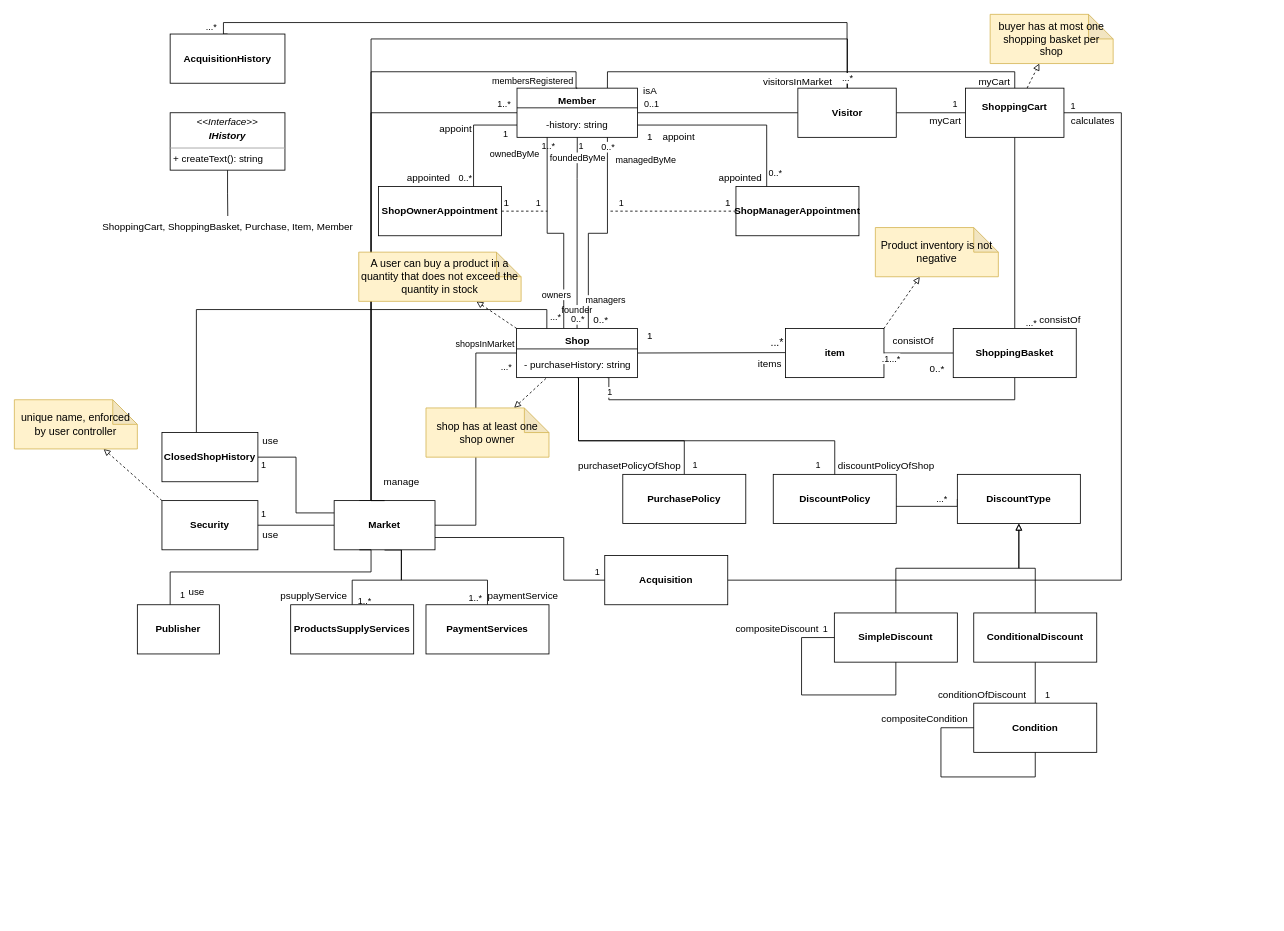
AyalaBadash/market_2022 keeps this draw.io diagram as Documents/whiteDiagram_v2.drawio. Above is the earlier version. Source tidied: cells renumbered, new cells numbered last; positions are measured from the earlier drawing's top-left corner, leaving out a move shared by most shapes. Both pictures are drawn from the tidied source at 82%, with x=0, y=0 at pixel (14, 14).
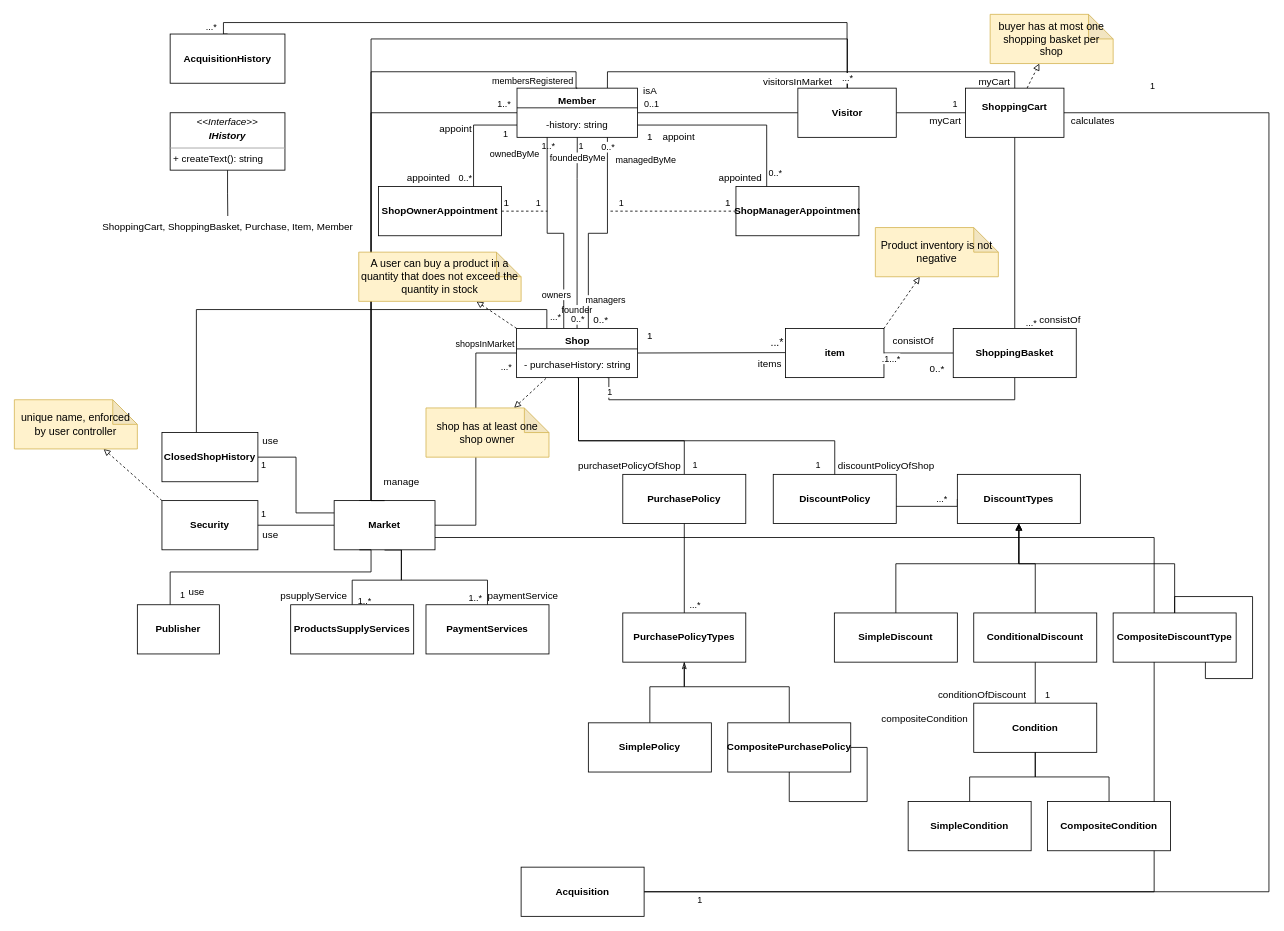
After the change.

The change refers to these unchanged cells:
```xml
<mxCell id="10" value="ShoppingCart&lt;div style=&quot;padding: 0px ; margin: 0px&quot;&gt;&lt;br style=&quot;padding: 0px; margin: 0px;&quot;&gt;&lt;/div&gt;" style="rounded=0;whiteSpace=wrap;html=1;fontStyle=1;" parent="1" vertex="1">
  <mxGeometry x="1160" y="90" width="120" height="60" as="geometry" />
</mxCell>
<mxCell id="34" value="&lt;span style=&quot;font-weight: 700&quot;&gt;Market&lt;/span&gt;" style="rounded=0;whiteSpace=wrap;html=1;" parent="1" vertex="1">
  <mxGeometry x="390" y="593" width="123" height="60" as="geometry" />
</mxCell>
<mxCell id="58" value="&lt;span style=&quot;font-weight: 700&quot;&gt;PurchasePolicy&lt;/span&gt;" style="rounded=0;whiteSpace=wrap;html=1;" parent="1" vertex="1">
  <mxGeometry x="742" y="561" width="150" height="60" as="geometry" />
</mxCell>
<mxCell id="101" value="&lt;span style=&quot;font-weight: 700&quot;&gt;ConditionalDiscount&lt;br&gt;&lt;/span&gt;" style="rounded=0;whiteSpace=wrap;html=1;" parent="1" vertex="1">
  <mxGeometry x="1170" y="730" width="150" height="60" as="geometry" />
</mxCell>
<mxCell id="102" value="&lt;span style=&quot;font-weight: 700&quot;&gt;SimpleDiscount&lt;br&gt;&lt;/span&gt;" style="rounded=0;whiteSpace=wrap;html=1;" parent="1" vertex="1">
  <mxGeometry x="1000" y="730" width="150" height="60" as="geometry" />
</mxCell>
<mxCell id="103" value="&lt;span style=&quot;font-weight: 700&quot;&gt;Condition&lt;br&gt;&lt;/span&gt;" style="rounded=0;whiteSpace=wrap;html=1;" parent="1" vertex="1">
  <mxGeometry x="1170" y="840" width="150" height="60" as="geometry" />
</mxCell>
```

Change to the diagram source:
```diff
@@
     <mxCell id="25" style="edgeStyle=orthogonalEdgeStyle;rounded=0;jettySize=auto;html=1;entryX=0.5;entryY=0;entryDx=0;entryDy=0;endArrow=none;endFill=0;startArrow=block;startFill=0;" parent="1" edge="1" source="27" target="101">
-      <mxGeometry relative="1" as="geometry" />
+      <mxGeometry relative="1" as="geometry">
+        <Array as="points">
+          <mxPoint x="1225" y="670" />
+          <mxPoint x="1245" y="670" />
+        </Array>
+      </mxGeometry>
     </mxCell>
     <mxCell id="26" style="edgeStyle=orthogonalEdgeStyle;rounded=0;jettySize=auto;html=1;endArrow=none;endFill=0;startArrow=block;startFill=0;" parent="1" edge="1" source="27" target="102">
-      <mxGeometry relative="1" as="geometry" />
+      <mxGeometry relative="1" as="geometry">
+        <Array as="points">
+          <mxPoint x="1225" y="670" />
+          <mxPoint x="1075" y="670" />
+        </Array>
+      </mxGeometry>
     </mxCell>
-    <mxCell id="27" value="&lt;span style=&quot;font-weight: 700&quot;&gt;DiscountType&lt;br&gt;&lt;/span&gt;" style="rounded=0;whiteSpace=wrap;html=1;" parent="1" vertex="1">
+    <mxCell id="27" value="&lt;span style=&quot;font-weight: 700&quot;&gt;DiscountTypes&lt;br&gt;&lt;/span&gt;" style="rounded=0;whiteSpace=wrap;html=1;" parent="1" vertex="1">
       <mxGeometry x="1150" y="561" width="150" height="60" as="geometry" />
     </mxCell>
@@
     <mxCell id="83" value="1" style="edgeStyle=orthogonalEdgeStyle;rounded=0;jettySize=auto;html=1;entryX=1;entryY=0.75;entryDx=0;entryDy=0;endArrow=none;endFill=0;" parent="1" edge="1" source="86" target="34">
       <mxGeometry x="-0.93" y="-10" relative="1" as="geometry">
         <Array as="points">
-          <mxPoint x="670" y="638" />
+          <mxPoint x="1390" y="1070" />
+          <mxPoint x="1390" y="638" />
         </Array>
       </mxGeometry>
     </mxCell>
     <mxCell id="84" style="edgeStyle=orthogonalEdgeStyle;rounded=0;jettySize=auto;html=1;entryX=1;entryY=0.5;entryDx=0;entryDy=0;endArrow=none;endFill=0;" parent="1" edge="1" source="86" target="10">
       <mxGeometry relative="1" as="geometry">
         <Array as="points">
-          <mxPoint x="1350" y="690" />
-          <mxPoint x="1350" y="120" />
+          <mxPoint x="1530" y="1070" />
+          <mxPoint x="1530" y="120" />
         </Array>
       </mxGeometry>
     </mxCell>
@@
     <mxCell id="86" value="&lt;b&gt;Acquisition&lt;/b&gt;" style="rounded=0;whiteSpace=wrap;html=1;" parent="1" vertex="1">
-      <mxGeometry x="720" y="660" width="150" height="60" as="geometry" />
+      <mxGeometry x="618" y="1040" width="150" height="60" as="geometry" />
     </mxCell>
@@
-    <mxCell id="112" value="1" style="edgeStyle=orthogonalEdgeStyle;rounded=0;orthogonalLoop=1;jettySize=auto;html=1;entryX=0.5;entryY=1;entryDx=0;entryDy=0;startArrow=none;startFill=0;endArrow=none;endFill=0;exitX=0;exitY=0.5;exitDx=0;exitDy=0;" parent="1" edge="1" source="102" target="102">
-      <mxGeometry x="-0.92" y="-10" relative="1" as="geometry">
-        <Array as="points">
-          <mxPoint x="960" y="760" />
-          <mxPoint x="960" y="830" />
-          <mxPoint x="1075" y="830" />
-        </Array>
-      </mxGeometry>
-    </mxCell>
-    <mxCell id="113" value="compositeDiscount" style="text;html=1;align=center;verticalAlign=middle;strokeColor=none;fillColor=none;" parent="1" vertex="1">
-      <mxGeometry x="870" y="740" width="120" height="20" as="geometry" />
-    </mxCell>
-    <mxCell id="114" style="edgeStyle=orthogonalEdgeStyle;rounded=0;orthogonalLoop=1;jettySize=auto;html=1;entryX=0;entryY=0.5;entryDx=0;entryDy=0;startArrow=none;startFill=0;endArrow=none;endFill=0;exitX=0.5;exitY=1;exitDx=0;exitDy=0;" parent="1" edge="1" source="103" target="103">
+    <mxCell id="114" style="edgeStyle=orthogonalEdgeStyle;rounded=0;jettySize=auto;html=1;entryX=0.5;entryY=0;entryDx=0;entryDy=0;startArrow=none;startFill=0;endArrow=none;endFill=0;exitX=0.5;exitY=1;exitDx=0;exitDy=0;" parent="1" edge="1" source="103" target="128">
       <mxGeometry relative="1" as="geometry">
         <Array as="points">
           <mxPoint x="1245" y="930" />
-          <mxPoint x="1130" y="930" />
-          <mxPoint x="1130" y="870" />
+          <mxPoint x="1165" y="930" />
         </Array>
       </mxGeometry>
     </mxCell>
@@
+    <mxCell id="118" value="...*" style="edgeStyle=orthogonalEdgeStyle;rounded=0;jettySize=auto;html=1;entryX=0.5;entryY=1;entryDx=0;entryDy=0;endArrow=none;endFill=0;" parent="1" edge="1" source="119" target="58">
+      <mxGeometry x="-0.82" y="-13" relative="1" as="geometry" />
+    </mxCell>
+    <mxCell id="119" value="&lt;span style=&quot;font-weight: 700&quot;&gt;PurchasePolicyTypes&lt;br&gt;&lt;/span&gt;" style="rounded=0;whiteSpace=wrap;html=1;" parent="1" vertex="1">
+      <mxGeometry x="742" y="730" width="150" height="60" as="geometry" />
+    </mxCell>
+    <mxCell id="120" style="edgeStyle=orthogonalEdgeStyle;rounded=0;jettySize=auto;html=1;entryX=0.5;entryY=1;entryDx=0;entryDy=0;" parent="1" edge="1" source="121" target="27">
+      <mxGeometry relative="1" as="geometry">
+        <Array as="points">
+          <mxPoint x="1415" y="670" />
+          <mxPoint x="1225" y="670" />
+        </Array>
+      </mxGeometry>
+    </mxCell>
+    <mxCell id="121" value="&lt;span style=&quot;font-weight: 700&quot;&gt;CompositeDiscountType&lt;br&gt;&lt;/span&gt;" style="rounded=0;whiteSpace=wrap;html=1;" parent="1" vertex="1">
+      <mxGeometry x="1340" y="730" width="150" height="60" as="geometry" />
+    </mxCell>
+    <mxCell id="122" style="edgeStyle=orthogonalEdgeStyle;rounded=0;orthogonalLoop=1;jettySize=auto;html=1;entryX=0.75;entryY=1;entryDx=0;entryDy=0;endArrow=none;endFill=0;" parent="1" edge="1" source="121" target="121">
+      <mxGeometry relative="1" as="geometry" />
+    </mxCell>
+    <mxCell id="123" style="edgeStyle=orthogonalEdgeStyle;rounded=0;jettySize=auto;html=1;entryX=0.5;entryY=1;entryDx=0;entryDy=0;endArrow=none;endFill=0;" parent="1" edge="1" source="124" target="119">
+      <mxGeometry relative="1" as="geometry">
+        <Array as="points">
+          <mxPoint x="775" y="820" />
+          <mxPoint x="817" y="820" />
+        </Array>
+      </mxGeometry>
+    </mxCell>
+    <mxCell id="124" value="&lt;span style=&quot;font-weight: 700&quot;&gt;SimplePolicy&lt;br&gt;&lt;/span&gt;" style="rounded=0;whiteSpace=wrap;html=1;" parent="1" vertex="1">
+      <mxGeometry x="700" y="864" width="150" height="60" as="geometry" />
+    </mxCell>
+    <mxCell id="125" style="edgeStyle=orthogonalEdgeStyle;rounded=0;jettySize=auto;html=1;entryX=0.5;entryY=1;entryDx=0;entryDy=0;endArrow=classicThin;endFill=0;" parent="1" edge="1" source="126" target="119">
+      <mxGeometry relative="1" as="geometry">
+        <Array as="points">
+          <mxPoint x="945" y="820" />
+          <mxPoint x="817" y="820" />
+        </Array>
+      </mxGeometry>
+    </mxCell>
+    <mxCell id="126" value="&lt;span style=&quot;font-weight: 700&quot;&gt;CompositePurchasePolicy&lt;br&gt;&lt;/span&gt;" style="rounded=0;whiteSpace=wrap;html=1;" parent="1" vertex="1">
+      <mxGeometry x="870" y="864" width="150" height="60" as="geometry" />
+    </mxCell>
+    <mxCell id="127" style="edgeStyle=orthogonalEdgeStyle;rounded=0;orthogonalLoop=1;jettySize=auto;html=1;entryX=1;entryY=0.5;entryDx=0;entryDy=0;endArrow=none;endFill=0;" parent="1" edge="1" source="126" target="126">
+      <mxGeometry relative="1" as="geometry">
+        <Array as="points">
+          <mxPoint x="945" y="960" />
+          <mxPoint x="1040" y="960" />
+          <mxPoint x="1040" y="894" />
+        </Array>
+      </mxGeometry>
+    </mxCell>
+    <mxCell id="128" value="&lt;span style=&quot;font-weight: 700&quot;&gt;SimpleCondition&lt;br&gt;&lt;/span&gt;" style="rounded=0;whiteSpace=wrap;html=1;" parent="1" vertex="1">
+      <mxGeometry x="1090" y="960" width="150" height="60" as="geometry" />
+    </mxCell>
+    <mxCell id="129" style="edgeStyle=orthogonalEdgeStyle;rounded=0;jettySize=auto;html=1;entryX=0.5;entryY=1;entryDx=0;entryDy=0;endArrow=none;endFill=0;" parent="1" edge="1" source="130" target="103">
+      <mxGeometry relative="1" as="geometry" />
+    </mxCell>
+    <mxCell id="130" value="&lt;span style=&quot;font-weight: 700&quot;&gt;CompositeCondition&lt;br&gt;&lt;/span&gt;" style="rounded=0;whiteSpace=wrap;html=1;" parent="1" vertex="1">
+      <mxGeometry x="1260" y="960" width="150" height="60" as="geometry" />
+    </mxCell>
```
